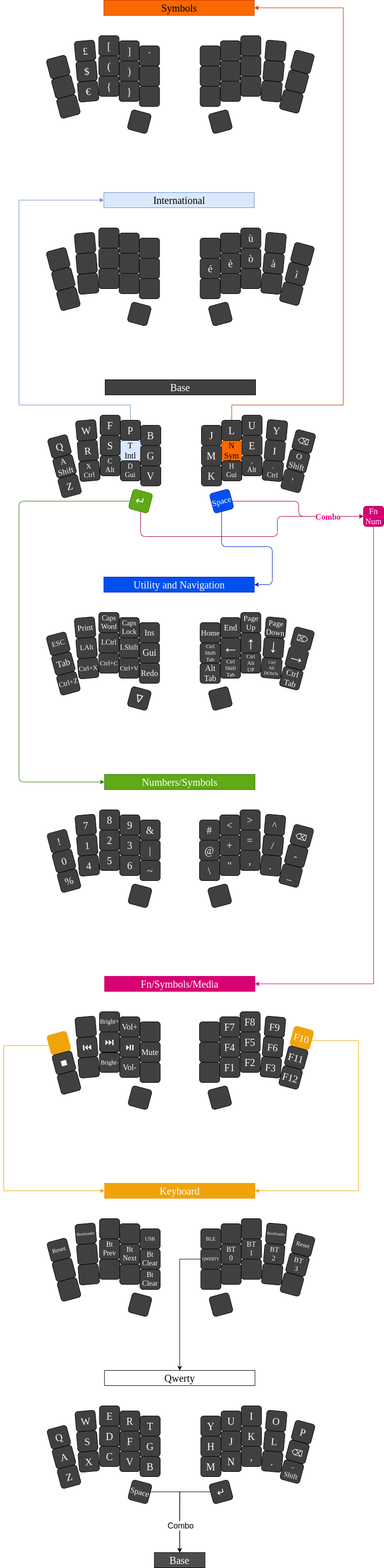
Before: Notwive.png, a diagram exported from draw.io (fractalysid/Notwaive). Source tidied: cells renumbered, new cells last; positions are measured from the earlier drawing's top-left corner, leaving out a move shared by most shapes.
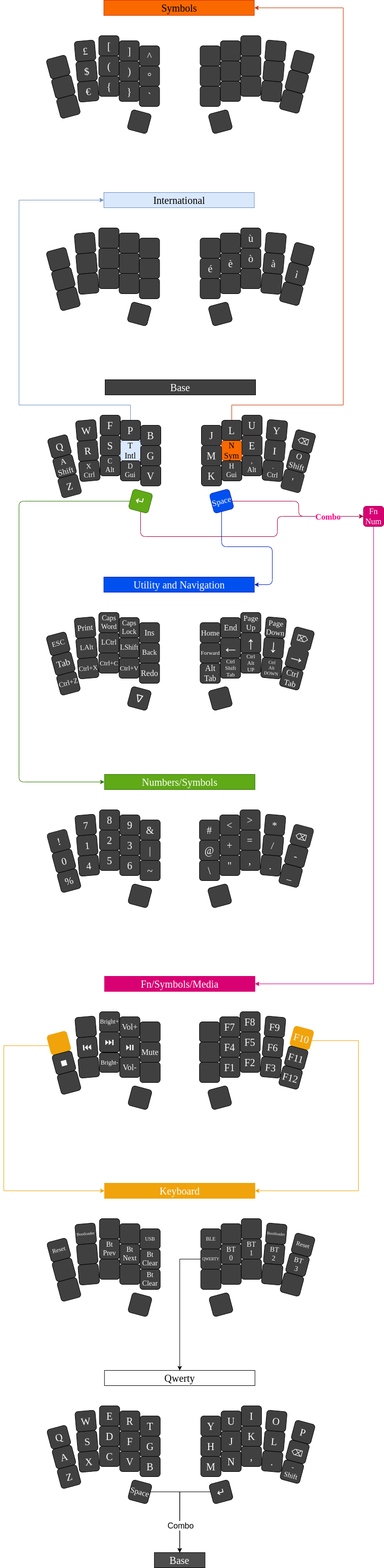
After the commit.

What changed in the source:
```diff
@@ -159,7 +159,7 @@
     <mxCell id="43" value="LShift" style="rounded=1;whiteSpace=wrap;html=1;fontSize=14;fillColor=#404040;fontFamily=Tahoma;fontColor=#FAFAFA;" parent="1" vertex="1">
       <mxGeometry x="227.5" y="1260" width="40" height="40" as="geometry" />
     </mxCell>
-    <mxCell id="44" value="Gui" style="rounded=1;whiteSpace=wrap;html=1;fontSize=18;fillColor=#404040;fontFamily=Tahoma;fontColor=#FAFAFA;" parent="1" vertex="1">
+    <mxCell id="44" value="Back" style="rounded=1;whiteSpace=wrap;html=1;fontSize=14;fillColor=#404040;fontFamily=Tahoma;fontColor=#FAFAFA;" parent="1" vertex="1">
       <mxGeometry x="267.5" y="1270" width="40" height="40" as="geometry" />
     </mxCell>
     <mxCell id="45" value="&lt;span style=&quot;color: rgb(250, 250, 250); font-family: Tahoma; font-size: 16px; font-style: normal; font-variant-ligatures: normal; font-variant-caps: normal; font-weight: 400; letter-spacing: normal; orphans: 2; text-align: center; text-indent: 0px; text-transform: none; widows: 2; word-spacing: 0px; -webkit-text-stroke-width: 0px; background-color: rgb(64, 64, 64); text-decoration-thickness: initial; text-decoration-style: initial; text-decoration-color: initial; float: none; display: inline !important;&quot;&gt;Print&lt;/span&gt;" style="rounded=1;whiteSpace=wrap;html=1;fontSize=16;fillColor=#404040;fontFamily=Tahoma;fontColor=#FAFAFA;rotation=-5;" parent="1" vertex="1">
@@ -207,7 +207,7 @@
     <mxCell id="59" value="&lt;span style=&quot;color: rgb(250, 250, 250); font-family: sans-serif; font-size: 32px; font-style: normal; font-variant-ligatures: normal; font-variant-caps: normal; font-weight: 400; letter-spacing: normal; orphans: 2; text-align: center; text-indent: 0px; text-transform: none; widows: 2; word-spacing: 0px; -webkit-text-stroke-width: 0px; background-color: rgb(64, 64, 64); text-decoration-thickness: initial; text-decoration-style: initial; text-decoration-color: initial; float: none; display: inline !important;&quot;&gt;←&lt;/span&gt;" style="rounded=1;whiteSpace=wrap;html=1;fontSize=32;fillColor=#404040;fontFamily=Tahoma;fontColor=#FAFAFA;flipV=0;flipH=0;direction=east;verticalAlign=bottom;" parent="1" vertex="1">
       <mxGeometry x="427.5" y="1260" width="40" height="40" as="geometry" />
     </mxCell>
-    <mxCell id="60" value="&lt;span style=&quot;color: rgb(250, 250, 250); font-family: Tahoma; font-size: 11px; font-style: normal; font-variant-ligatures: normal; font-variant-caps: normal; font-weight: 400; letter-spacing: normal; orphans: 2; text-align: center; text-indent: 0px; text-transform: none; widows: 2; word-spacing: 0px; -webkit-text-stroke-width: 0px; background-color: rgb(64, 64, 64); text-decoration-thickness: initial; text-decoration-style: initial; text-decoration-color: initial; float: none; display: inline !important;&quot;&gt;Ctrl&lt;br style=&quot;font-size: 11px;&quot;&gt;Shift&lt;br style=&quot;font-size: 11px;&quot;&gt;Tab&lt;br style=&quot;font-size: 11px;&quot;&gt;&lt;/span&gt;" style="rounded=1;whiteSpace=wrap;html=1;fontSize=11;fillColor=#404040;fontFamily=Tahoma;fontColor=#FAFAFA;flipV=0;flipH=0;direction=east;verticalAlign=middle;" parent="1" vertex="1">
+    <mxCell id="60" value="&lt;span style=&quot;color: rgb(250, 250, 250); font-family: Tahoma; font-size: 11px; font-style: normal; font-variant-ligatures: normal; font-variant-caps: normal; font-weight: 400; letter-spacing: normal; orphans: 2; text-align: center; text-indent: 0px; text-transform: none; widows: 2; word-spacing: 0px; -webkit-text-stroke-width: 0px; background-color: rgb(64, 64, 64); text-decoration-thickness: initial; text-decoration-style: initial; text-decoration-color: initial; float: none; display: inline !important;&quot;&gt;Forward&lt;br style=&quot;font-size: 11px;&quot;&gt;&lt;/span&gt;" style="rounded=1;whiteSpace=wrap;html=1;fontSize=11;fillColor=#404040;fontFamily=Tahoma;fontColor=#FAFAFA;flipV=0;flipH=0;direction=east;verticalAlign=middle;" parent="1" vertex="1">
       <mxGeometry x="387.5" y="1270" width="40" height="40" as="geometry" />
     </mxCell>
     <mxCell id="61" value="&lt;span style=&quot;color: rgb(250, 250, 250); font-family: Tahoma; font-size: 15px; font-style: normal; font-variant-ligatures: normal; font-variant-caps: normal; font-weight: 400; letter-spacing: normal; orphans: 2; text-align: center; text-indent: 0px; text-transform: none; widows: 2; word-spacing: 0px; -webkit-text-stroke-width: 0px; background-color: rgb(64, 64, 64); text-decoration-thickness: initial; text-decoration-style: initial; text-decoration-color: initial; float: none; display: inline !important;&quot;&gt;Page&lt;br style=&quot;font-size: 15px;&quot;&gt;Down&lt;br style=&quot;font-size: 15px;&quot;&gt;&lt;/span&gt;" style="rounded=1;whiteSpace=wrap;html=1;fontSize=15;fillColor=#404040;fontFamily=Tahoma;fontColor=#FAFAFA;rotation=5;flipV=0;flipH=0;direction=east;" parent="1" vertex="1">
@@ -670,7 +670,7 @@
     <mxCell id="206" value="&lt;span style=&quot;color: rgb(250, 250, 250); font-family: Tahoma; font-size: 20px; font-style: normal; font-variant-ligatures: normal; font-variant-caps: normal; font-weight: 400; letter-spacing: normal; orphans: 2; text-align: center; text-indent: 0px; text-transform: none; widows: 2; word-spacing: 0px; -webkit-text-stroke-width: 0px; background-color: rgb(64, 64, 64); text-decoration-thickness: initial; text-decoration-style: initial; text-decoration-color: initial; float: none; display: inline !important;&quot;&gt;@&lt;br style=&quot;font-size: 20px;&quot;&gt;&lt;/span&gt;" style="rounded=1;whiteSpace=wrap;html=1;fontSize=20;fillColor=#404040;fontFamily=Tahoma;fontColor=#FAFAFA;flipV=0;flipH=0;direction=east;" parent="1" vertex="1">
       <mxGeometry x="386.3" y="1660" width="40" height="40" as="geometry" />
     </mxCell>
-    <mxCell id="207" value="^" style="rounded=1;whiteSpace=wrap;html=1;fontSize=20;fillColor=#404040;fontFamily=Tahoma;fontColor=#FAFAFA;rotation=5;flipV=0;flipH=0;direction=east;" parent="1" vertex="1">
+    <mxCell id="207" value="*" style="rounded=1;whiteSpace=wrap;html=1;fontSize=20;fillColor=#404040;fontFamily=Tahoma;fontColor=#FAFAFA;rotation=5;flipV=0;flipH=0;direction=east;" parent="1" vertex="1">
       <mxGeometry x="515.3" y="1610" width="40" height="40" as="geometry" />
     </mxCell>
     <mxCell id="208" value="=" style="rounded=1;whiteSpace=wrap;html=1;fontSize=20;fillColor=#404040;fontFamily=Tahoma;fontColor=#FAFAFA;flipV=0;flipH=0;direction=east;" parent="1" vertex="1">
@@ -802,7 +802,7 @@
     <mxCell id="250" value="Symbols" style="rounded=0;whiteSpace=wrap;html=1;fontSize=20;glass=0;sketch=0;fontFamily=Lucida Console;fillColor=#fa6800;strokeColor=#C73500;fontColor=#000000;" parent="1" vertex="1">
       <mxGeometry x="197.5" width="297" height="30" as="geometry" />
     </mxCell>
-    <mxCell id="251" style="rounded=1;whiteSpace=wrap;html=1;fontSize=20;fillColor=#404040;fontFamily=Tahoma;fontColor=#FAFAFA;" parent="1" vertex="1">
+    <mxCell id="251" value="`" style="rounded=1;whiteSpace=wrap;html=1;fontSize=20;fillColor=#404040;fontFamily=Tahoma;fontColor=#FAFAFA;" parent="1" vertex="1">
       <mxGeometry x="267.5" y="170" width="40" height="40" as="geometry" />
     </mxCell>
     <mxCell id="252" value="[" style="rounded=1;whiteSpace=wrap;html=1;fontSize=20;fillColor=#404040;fontFamily=Tahoma;fontColor=#FAFAFA;" parent="1" vertex="1">
@@ -811,13 +811,13 @@
     <mxCell id="253" value="]" style="rounded=1;whiteSpace=wrap;html=1;fontSize=20;fillColor=#404040;fontFamily=Tahoma;fontColor=#FAFAFA;" parent="1" vertex="1">
       <mxGeometry x="227.5" y="80" width="40" height="40" as="geometry" />
     </mxCell>
-    <mxCell id="254" value="`" style="rounded=1;whiteSpace=wrap;html=1;fontSize=20;fillColor=#404040;fontFamily=Tahoma;fontColor=#FAFAFA;" parent="1" vertex="1">
+    <mxCell id="254" value="^" style="rounded=1;whiteSpace=wrap;html=1;fontSize=20;fillColor=#404040;fontFamily=Tahoma;fontColor=#FAFAFA;" parent="1" vertex="1">
       <mxGeometry x="267.5" y="90" width="40" height="40" as="geometry" />
     </mxCell>
     <mxCell id="255" value=")" style="rounded=1;whiteSpace=wrap;html=1;fontSize=20;fillColor=#404040;fontFamily=Tahoma;fontColor=#FAFAFA;" parent="1" vertex="1">
       <mxGeometry x="227.5" y="120" width="40" height="40" as="geometry" />
     </mxCell>
-    <mxCell id="256" style="rounded=1;whiteSpace=wrap;html=1;fontSize=20;fillColor=#404040;fontFamily=Tahoma;fontColor=#FAFAFA;" parent="1" vertex="1">
+    <mxCell id="256" value="°" style="rounded=1;whiteSpace=wrap;html=1;fontSize=20;fillColor=#404040;fontFamily=Tahoma;fontColor=#FAFAFA;" parent="1" vertex="1">
       <mxGeometry x="267.5" y="130" width="40" height="40" as="geometry" />
     </mxCell>
     <mxCell id="257" value="£" style="rounded=1;whiteSpace=wrap;html=1;fontSize=20;fillColor=#404040;fontFamily=Tahoma;fontColor=#FAFAFA;rotation=-5;" parent="1" vertex="1">
```
